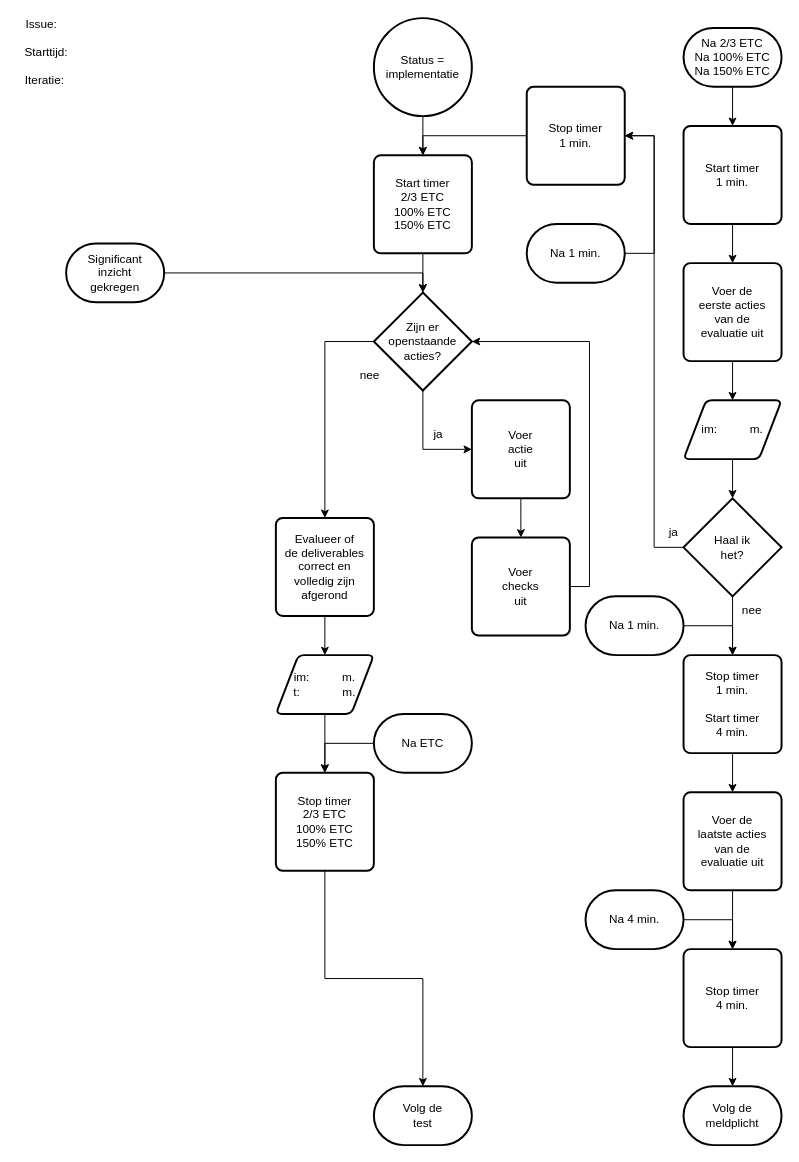
Earlier version of the draw.io diagram 7 Issue Tracker implementatie.drawio (Zaibatsu89/IssueTracker). Source tidied: cells renumbered, new cells numbered last; positions are measured from the earlier drawing's top-left corner, leaving out a move shared by most shapes. Both pictures are drawn from the tidied source at 98%, with x=0, y=0 at pixel (17, 18).
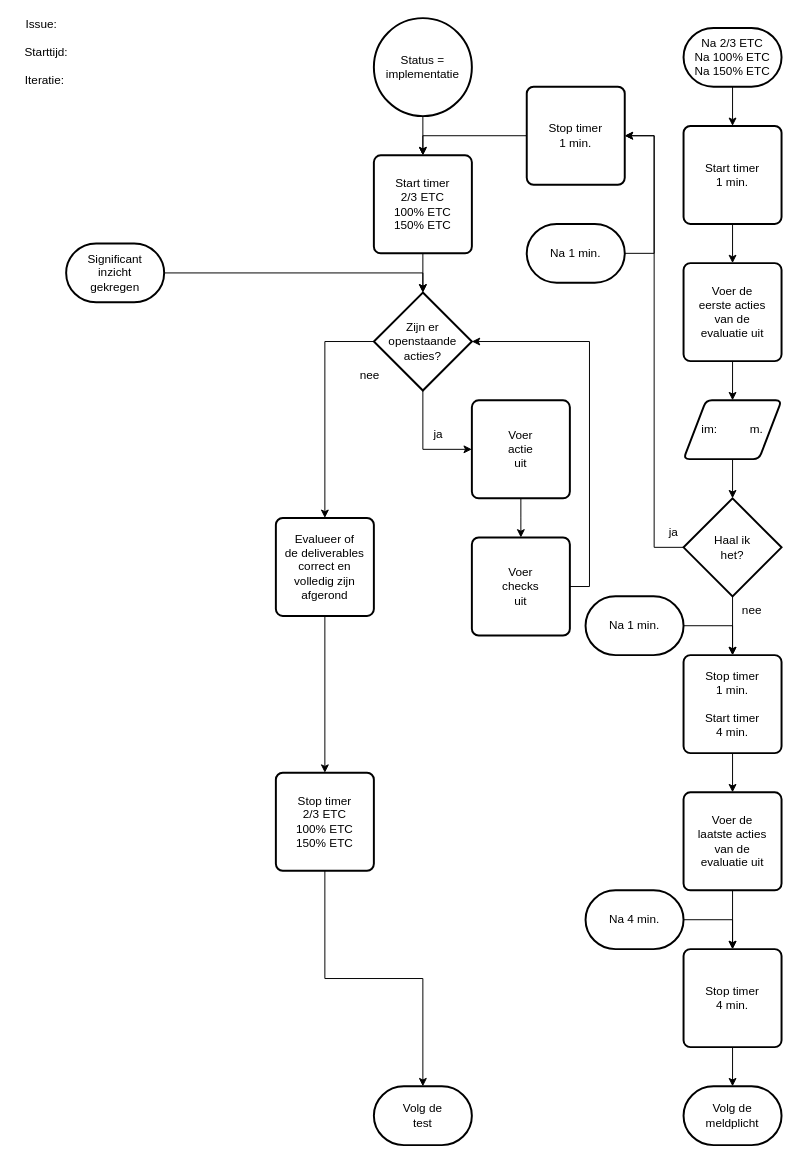
Above is the later version.

The change refers to these unchanged cells:
```xml
<mxCell id="6" value="Evalueer of&lt;br&gt;de deliverables&lt;br&gt;correct en&lt;br&gt;volledig zijn&lt;br&gt;afgerond" style="rounded=1;whiteSpace=wrap;html=1;absoluteArcSize=1;arcSize=14;strokeWidth=2;" parent="1" vertex="1">
  <mxGeometry x="264" y="510" width="100" height="100" as="geometry" />
</mxCell>
<mxCell id="43" value="Stop timer&lt;br&gt;&lt;span style=&quot;background-color: transparent; color: light-dark(rgb(0, 0, 0), rgb(255, 255, 255));&quot;&gt;2/3 ETC&lt;/span&gt;&lt;div&gt;100% ETC&lt;br&gt;150% ETC&lt;/div&gt;" style="rounded=1;whiteSpace=wrap;html=1;absoluteArcSize=1;arcSize=14;strokeWidth=2;" parent="1" vertex="1">
  <mxGeometry x="264" y="770" width="100" height="100" as="geometry" />
</mxCell>
```

Change to the diagram source:
```diff
@@
-    <mxCell id="5" style="edgeStyle=orthogonalEdgeStyle;rounded=0;jettySize=auto;html=1;" parent="1" edge="1" source="6" target="47">
-      <mxGeometry relative="1" as="geometry" />
-    </mxCell>
@@
-    <mxCell id="44" style="edgeStyle=orthogonalEdgeStyle;rounded=0;jettySize=auto;html=1;exitX=0;exitY=0.5;exitDx=0;exitDy=0;exitPerimeter=0;entryX=0.5;entryY=0;entryDx=0;entryDy=0;" parent="1" edge="1" source="45" target="43">
-      <mxGeometry relative="1" as="geometry" />
-    </mxCell>
-    <mxCell id="45" value="Na ETC" style="strokeWidth=2;html=1;shape=mxgraph.flowchart.terminator;whiteSpace=wrap;" parent="1" vertex="1">
-      <mxGeometry x="364" y="710" width="100" height="60" as="geometry" />
-    </mxCell>
-    <mxCell id="46" style="edgeStyle=orthogonalEdgeStyle;rounded=0;jettySize=auto;html=1;" parent="1" edge="1" source="47" target="43">
+    <mxCell id="46" style="edgeStyle=orthogonalEdgeStyle;rounded=0;jettySize=auto;html=1;exitX=0.5;exitY=1;exitDx=0;exitDy=0;" parent="1" edge="1" source="6" target="43">
       <mxGeometry relative="1" as="geometry" />
     </mxCell>
-    <mxCell id="47" value="im:&amp;nbsp; &amp;nbsp; &amp;nbsp; &amp;nbsp; &amp;nbsp; m.&lt;br&gt;t:&amp;nbsp; &amp;nbsp; &amp;nbsp; &amp;nbsp; &amp;nbsp; &amp;nbsp; &amp;nbsp;m." style="shape=parallelogram;html=1;strokeWidth=2;perimeter=parallelogramPerimeter;whiteSpace=wrap;rounded=1;arcSize=12;size=0.23;" parent="1" vertex="1">
-      <mxGeometry x="264" y="650" width="100" height="60" as="geometry" />
-    </mxCell>
```
